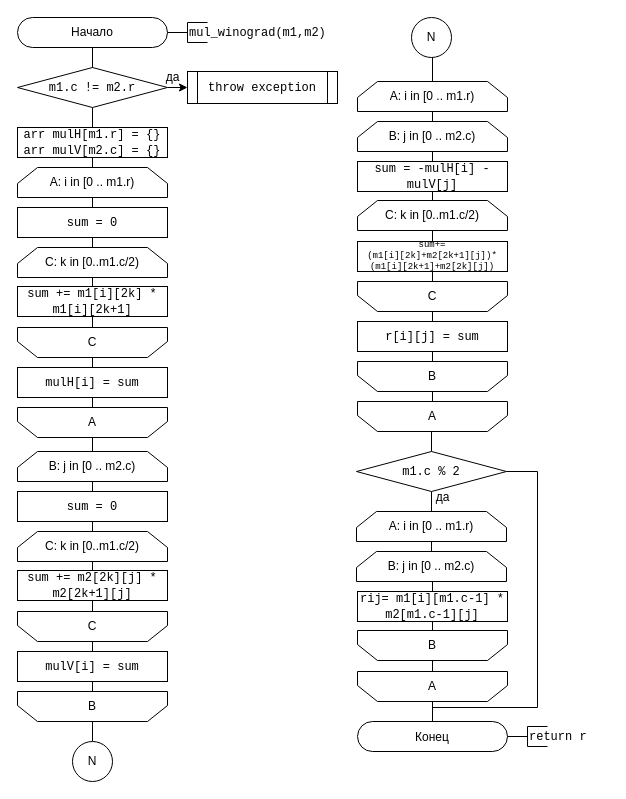
Earlier version of the draw.io diagram page "Page-2" (2 of 3) of AA/diagram/2.drawio (lnq99/BMSTU-IU7-5SEM). Source tidied: cells renumbered, new cells numbered last; positions are measured from the earlier drawing's top-left corner, leaving out a move shared by most shapes. Both pictures are drawn from the tidied source at 100%, with x=0, y=0 at pixel (17, 17).
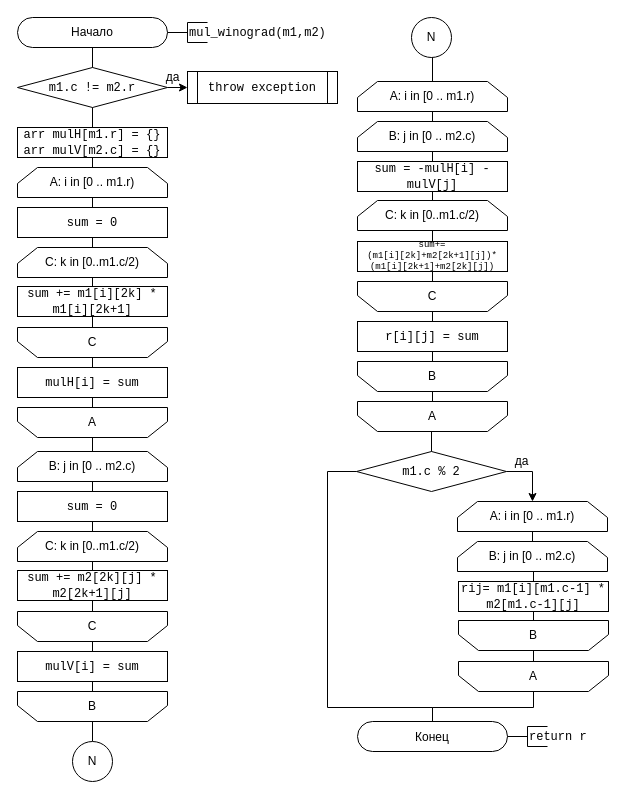
Above is the later version.

The change refers to these unchanged cells:
```xml
<mxCell id="5" value="&lt;p style=&quot;line-height: 100%&quot;&gt;Конец&lt;/p&gt;" style="rounded=1;whiteSpace=wrap;html=1;arcSize=50;fillColor=none;" parent="1" vertex="1">
  <mxGeometry x="340" y="704" width="150" height="30" as="geometry" />
</mxCell>
<mxCell id="66" value="&lt;font face=&quot;Courier New&quot;&gt;m1.c % 2&lt;/font&gt;" style="rhombus;whiteSpace=wrap;html=1;rounded=0;strokeWidth=1;fillColor=none;" parent="1" vertex="1">
  <mxGeometry x="339" y="434" width="150" height="40" as="geometry" />
</mxCell>
```

Diff of the diagram source:
```diff
@@
-    <mxCell id="64" style="edgeStyle=orthogonalEdgeStyle;rounded=0;jettySize=auto;html=1;exitX=0.5;exitY=1;exitDx=0;exitDy=0;entryX=0.5;entryY=0;entryDx=0;entryDy=0;endArrow=none;endFill=0;" parent="1" edge="1" source="66" target="68">
+    <mxCell id="64" style="edgeStyle=orthogonalEdgeStyle;rounded=0;jettySize=auto;html=1;exitX=1;exitY=0.5;exitDx=0;exitDy=0;entryX=0.5;entryY=0;entryDx=0;entryDy=0;endArrow=classic;endFill=1;" parent="1" edge="1" source="66" target="68">
       <mxGeometry relative="1" as="geometry" />
     </mxCell>
-    <mxCell id="65" style="edgeStyle=orthogonalEdgeStyle;rounded=0;jettySize=auto;html=1;exitX=1;exitY=0.5;exitDx=0;exitDy=0;entryX=0.5;entryY=0;entryDx=0;entryDy=0;endArrow=none;endFill=0;" parent="1" edge="1" source="66" target="5">
+    <mxCell id="65" style="edgeStyle=orthogonalEdgeStyle;rounded=0;jettySize=auto;html=1;exitX=0;exitY=0.5;exitDx=0;exitDy=0;entryX=0.5;entryY=0;entryDx=0;entryDy=0;endArrow=none;endFill=0;" parent="1" edge="1" source="66" target="5">
       <mxGeometry relative="1" as="geometry">
         <Array as="points">
-          <mxPoint x="520" y="454" />
-          <mxPoint x="520" y="690" />
+          <mxPoint x="310" y="454" />
+          <mxPoint x="310" y="690" />
           <mxPoint x="415" y="690" />
         </Array>
       </mxGeometry>
     </mxCell>
@@
     <mxCell id="68" value="&lt;span&gt;A: i in [0 .. m1.r)&lt;/span&gt;" style="shape=loopLimit;whiteSpace=wrap;html=1;size=20;fillColor=none;" parent="1" vertex="1">
-      <mxGeometry x="339" y="494" width="150" height="30" as="geometry" />
+      <mxGeometry x="440" y="484" width="150" height="30" as="geometry" />
     </mxCell>
     <mxCell id="69" style="edgeStyle=orthogonalEdgeStyle;rounded=0;jettySize=auto;html=1;exitX=0.5;exitY=0;exitDx=0;exitDy=0;entryX=0.5;entryY=0;entryDx=0;entryDy=0;endArrow=none;endFill=0;" parent="1" edge="1" source="70" target="5">
-      <mxGeometry relative="1" as="geometry" />
+      <mxGeometry relative="1" as="geometry">
+        <Array as="points">
+          <mxPoint x="516" y="690" />
+          <mxPoint x="415" y="690" />
+        </Array>
+      </mxGeometry>
     </mxCell>
     <mxCell id="70" value="&lt;span&gt;A&lt;/span&gt;" style="shape=loopLimit;whiteSpace=wrap;html=1;size=20;fillColor=none;rounded=0;direction=west;" parent="1" vertex="1">
-      <mxGeometry x="340" y="654" width="150" height="30" as="geometry" />
+      <mxGeometry x="441" y="644" width="150" height="30" as="geometry" />
     </mxCell>
     <mxCell id="71" value="&lt;span&gt;B: j in [0 .. m2.c)&lt;/span&gt;" style="shape=loopLimit;whiteSpace=wrap;html=1;size=20;fillColor=none;" parent="1" vertex="1">
-      <mxGeometry x="339" y="534" width="150" height="30" as="geometry" />
+      <mxGeometry x="440" y="524" width="150" height="30" as="geometry" />
     </mxCell>
     <mxCell id="72" value="&lt;span&gt;B&lt;/span&gt;" style="shape=loopLimit;whiteSpace=wrap;html=1;size=20;fillColor=none;rounded=0;direction=west;" parent="1" vertex="1">
-      <mxGeometry x="340" y="613" width="150" height="30" as="geometry" />
+      <mxGeometry x="441" y="603" width="150" height="30" as="geometry" />
     </mxCell>
@@
     <mxCell id="76" value="&lt;font face=&quot;Courier New&quot;&gt;rij= m1[i][m1.c-1] * m2[m1.c-1][j]&lt;br&gt;&lt;/font&gt;" style="rounded=0;whiteSpace=wrap;html=1;strokeWidth=1;fillColor=none;" parent="1" vertex="1">
-      <mxGeometry x="340" y="574" width="150" height="30" as="geometry" />
+      <mxGeometry x="441" y="564" width="150" height="30" as="geometry" />
     </mxCell>
@@
     <mxCell id="78" value="да" style="text;html=1;align=center;verticalAlign=middle;" parent="1" vertex="1">
-      <mxGeometry x="410" y="470" width="30" height="20" as="geometry" />
+      <mxGeometry x="489" y="434" width="30" height="20" as="geometry" />
     </mxCell>
```
